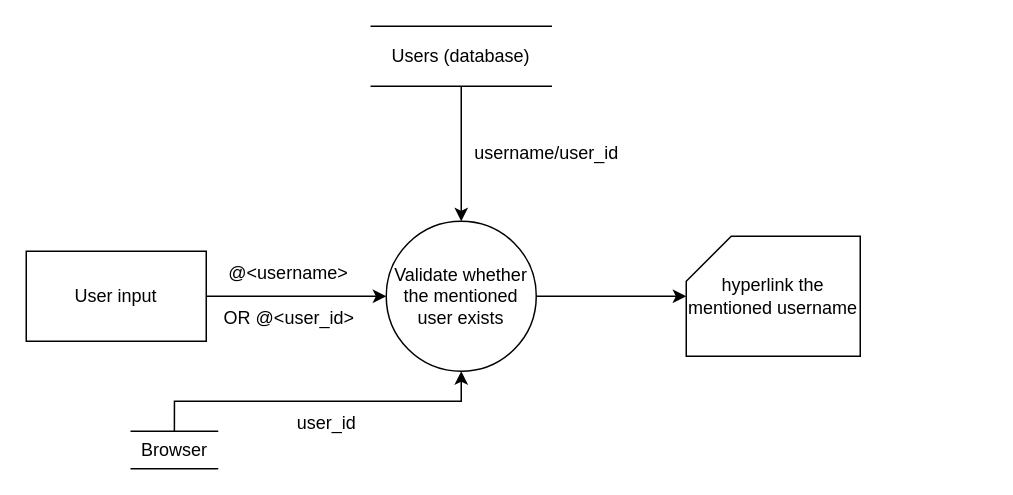
DonaldLamNL/buzzer keeps this draw.io diagram as DFD/Mention_other_user.drawio. Above is the earlier version. Source tidied: cells renumbered, new cells numbered last; positions are measured from the earlier drawing's top-left corner, leaving out a move shared by most shapes. Both pictures are drawn from the tidied source at 150%, with x=0, y=0 at pixel (26, 26).
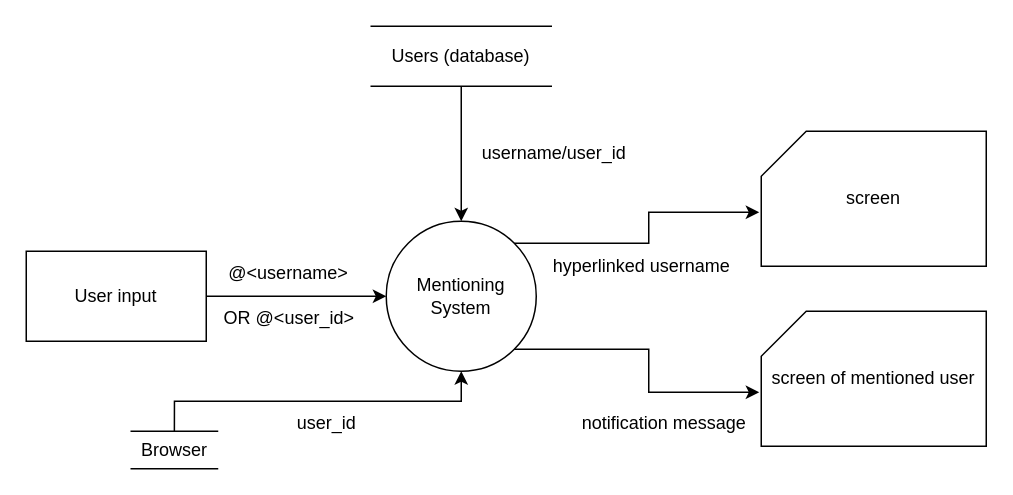
After the change.

What changed in the source:
```diff
@@
 <mxGraphModel>
   <root>
     <mxCell id="0" />
     <mxCell id="1" parent="0" />
     <mxCell id="2" style="edgeStyle=orthogonalEdgeStyle;rounded=0;jettySize=auto;html=1;exitX=1;exitY=0.5;exitDx=0;exitDy=0;entryX=0;entryY=0.5;entryDx=0;entryDy=0;" parent="1" edge="1" source="3" target="5">
       <mxGeometry relative="1" as="geometry" />
     </mxCell>
     <mxCell id="3" value="User input" style="rounded=0;whiteSpace=wrap;html=1;" parent="1" vertex="1">
       <mxGeometry y="150" width="120" height="60" as="geometry" />
     </mxCell>
-    <mxCell id="4" style="edgeStyle=orthogonalEdgeStyle;rounded=0;jettySize=auto;html=1;" parent="1" edge="1" source="5">
-      <mxGeometry relative="1" as="geometry">
-        <mxPoint x="440" y="180" as="targetPoint" />
-      </mxGeometry>
+    <mxCell id="4" style="edgeStyle=orthogonalEdgeStyle;rounded=0;jettySize=auto;html=1;entryX=-0.009;entryY=0.6;entryDx=0;entryDy=0;entryPerimeter=0;exitX=1;exitY=0;exitDx=0;exitDy=0;" parent="1" edge="1" source="5" target="6">
+      <mxGeometry relative="1" as="geometry" />
     </mxCell>
-    <mxCell id="5" value="Validate whether the mentioned user exists" style="ellipse;whiteSpace=wrap;html=1;rounded=0;strokeColor=default;fontFamily=Helvetica;fontSize=12;fontColor=default;fillColor=none;" parent="1" vertex="1">
+    <mxCell id="5" value="Mentioning System" style="ellipse;whiteSpace=wrap;html=1;rounded=0;strokeColor=default;fontFamily=Helvetica;fontSize=12;fontColor=default;fillColor=none;" parent="1" vertex="1">
       <mxGeometry x="240" y="130" width="100" height="100" as="geometry" />
     </mxCell>
-    <mxCell id="6" value="hyperlink the mentioned username" style="shape=card;whiteSpace=wrap;html=1;" parent="1" vertex="1">
-      <mxGeometry x="440" y="140" width="116" height="80" as="geometry" />
+    <mxCell id="6" value="screen" style="shape=card;whiteSpace=wrap;html=1;" parent="1" vertex="1">
+      <mxGeometry x="490" y="70" width="150" height="90" as="geometry" />
     </mxCell>
     <mxCell id="7" value="@&amp;lt;username&amp;gt;" style="text;strokeColor=none;align=center;fillColor=none;html=1;verticalAlign=middle;whiteSpace=wrap;rounded=0;" parent="1" vertex="1">
       <mxGeometry x="130" y="150" width="90" height="30" as="geometry" />
     </mxCell>
     <mxCell id="8" value="OR @&amp;lt;user_id&amp;gt;" style="text;html=1;align=center;verticalAlign=middle;strokeColor=none;fillColor=none;" parent="1" vertex="1">
       <mxGeometry x="120" y="180" width="110" height="30" as="geometry" />
     </mxCell>
     <mxCell id="9" style="edgeStyle=orthogonalEdgeStyle;rounded=0;jettySize=auto;html=1;exitX=0.5;exitY=1;exitDx=0;exitDy=0;entryX=0.5;entryY=0;entryDx=0;entryDy=0;" parent="1" edge="1" source="10" target="5">
       <mxGeometry relative="1" as="geometry" />
     </mxCell>
     <mxCell id="10" value="Users (database)" style="shape=partialRectangle;whiteSpace=wrap;html=1;left=0;right=0;fillColor=none;rounded=0;strokeColor=default;fontFamily=Helvetica;fontSize=12;fontColor=default;" parent="1" vertex="1">
       <mxGeometry x="230" width="120" height="40" as="geometry" />
     </mxCell>
     <mxCell id="11" style="edgeStyle=orthogonalEdgeStyle;rounded=0;jettySize=auto;html=1;exitX=0.5;exitY=0;exitDx=0;exitDy=0;entryX=0.5;entryY=1;entryDx=0;entryDy=0;" parent="1" edge="1" source="12" target="5">
       <mxGeometry relative="1" as="geometry" />
     </mxCell>
     <mxCell id="12" value="Browser" style="shape=partialRectangle;whiteSpace=wrap;html=1;left=0;right=0;fillColor=none;rounded=0;strokeColor=default;fontFamily=Helvetica;fontSize=12;fontColor=default;" parent="1" vertex="1">
       <mxGeometry x="70" y="270" width="57.5" height="25" as="geometry" />
     </mxCell>
     <mxCell id="13" value="user_id" style="text;html=1;align=center;verticalAlign=middle;strokeColor=none;fillColor=none;" parent="1" vertex="1">
       <mxGeometry x="170" y="250" width="60" height="30" as="geometry" />
     </mxCell>
     <mxCell id="14" value="&lt;span style=&quot;white-space: pre;&quot;&gt;&#9;&lt;span style=&quot;white-space: pre;&quot;&gt;&#9;&lt;/span&gt;&lt;/span&gt;username/user_id" style="text;html=1;align=center;verticalAlign=middle;strokeColor=none;fillColor=none;" parent="1" vertex="1">
-      <mxGeometry x="235" y="70" width="170" height="30" as="geometry" />
+      <mxGeometry x="240" y="70" width="170" height="30" as="geometry" />
     </mxCell>
+    <mxCell id="15" style="edgeStyle=orthogonalEdgeStyle;rounded=0;jettySize=auto;html=1;entryX=-0.009;entryY=0.6;entryDx=0;entryDy=0;entryPerimeter=0;exitX=1;exitY=1;exitDx=0;exitDy=0;" parent="1" edge="1" source="5" target="16">
+      <mxGeometry relative="1" as="geometry" />
+    </mxCell>
+    <mxCell id="16" value="screen of mentioned user" style="shape=card;whiteSpace=wrap;html=1;" parent="1" vertex="1">
+      <mxGeometry x="490" y="190" width="150" height="90" as="geometry" />
+    </mxCell>
+    <mxCell id="17" value="notification message" style="text;html=1;align=center;verticalAlign=middle;strokeColor=none;fillColor=none;" parent="1" vertex="1">
+      <mxGeometry x="360" y="250" width="130" height="30" as="geometry" />
+    </mxCell>
+    <mxCell id="18" value="hyperlinked username" style="text;html=1;align=center;verticalAlign=middle;strokeColor=none;fillColor=none;" parent="1" vertex="1">
+      <mxGeometry x="340" y="145" width="140" height="30" as="geometry" />
+    </mxCell>
   </root>
 </mxGraphModel>
```
